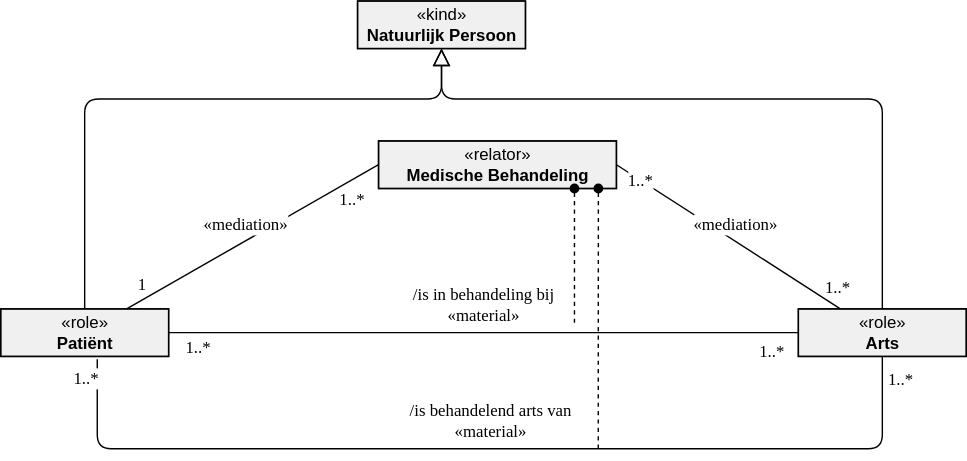
Earlier version of the draw.io export .gitbook/assets/motivation/patientmodel.svg (dizra/docs). Source tidied: cells renumbered, new cells last; positions are measured from the earlier drawing's top-left corner, leaving out a move shared by most shapes. Its diagram source:
```xml
<mxGraphModel>
  <root>
    <mxCell id="0" />
    <mxCell id="1" parent="0" />
    <mxCell id="2" style="fontStyle=0;align=center;verticalAlign=top;horizontal=1;startSize=49;labelBackgroundColor=none;fillColor=#F0F0F0;fontSize=14;" parent="1" vertex="1">
      <mxGeometry x="255" width="120" height="34" as="geometry" />
    </mxCell>
    <mxCell id="3" value="&lt;span&gt;«kind»&lt;br&gt;&lt;b&gt;Natuurlijk Persoon&lt;/b&gt;&lt;/span&gt;" style="html=1;fillColor=none;labelBackgroundColor=none;" parent="2" vertex="1">
      <mxGeometry width="120" height="34" as="geometry" />
    </mxCell>
    <mxCell id="4" style="fontStyle=0;align=center;verticalAlign=top;horizontal=1;startSize=49;labelBackgroundColor=none;fillColor=#F0F0F0;fontSize=14;" parent="1" vertex="1">
      <mxGeometry x="270" y="100" width="170" height="34" as="geometry" />
    </mxCell>
    <mxCell id="5" value="&lt;span&gt;«relator»&lt;br&gt;&lt;b&gt;Medische Behandeling&lt;/b&gt;&lt;/span&gt;" style="html=1;fillColor=none;labelBackgroundColor=none;" parent="4" vertex="1">
      <mxGeometry width="170" height="34" as="geometry" />
    </mxCell>
    <mxCell id="6" style="endArrow=oval;dashed=1;html=1;endFill=1;" parent="4" edge="1">
      <mxGeometry relative="1" as="geometry">
        <mxPoint x="140" y="130" as="sourcePoint" />
        <mxPoint x="140" y="34" as="targetPoint" />
      </mxGeometry>
    </mxCell>
    <mxCell id="7" style="fontStyle=0;align=center;verticalAlign=top;horizontal=1;startSize=49;labelBackgroundColor=none;fillColor=#F0F0F0;fontSize=14;" parent="1" vertex="1">
      <mxGeometry y="220" width="120" height="34" as="geometry" />
    </mxCell>
    <mxCell id="8" value="&lt;span&gt;«role»&lt;br&gt;&lt;b&gt;Patiënt&lt;/b&gt;&lt;/span&gt;" style="html=1;fillColor=none;labelBackgroundColor=none;" parent="7" vertex="1">
      <mxGeometry width="120" height="34" as="geometry" />
    </mxCell>
    <mxCell id="9" style="fontStyle=0;align=center;verticalAlign=top;horizontal=1;startSize=49;labelBackgroundColor=none;fillColor=#F0F0F0;fontSize=14;" parent="1" vertex="1">
      <mxGeometry x="570" y="220" width="120" height="34" as="geometry" />
    </mxCell>
    <mxCell id="10" value="&lt;span&gt;«role»&lt;br&gt;&lt;b&gt;Arts&lt;/b&gt;&lt;/span&gt;" style="html=1;fillColor=none;labelBackgroundColor=none;" parent="9" vertex="1">
      <mxGeometry width="120" height="34" as="geometry" />
    </mxCell>
    <mxCell id="11" style="endArrow=block;endSize=10;endFill=0;html=1;fontFamily=Tahoma;fontSize=12;fontColor=#000000;edgeStyle=orthogonalEdgeStyle;entryX=0.5;entryY=1;entryDx=0;entryDy=0;exitX=0.5;exitY=0;exitDx=0;exitDy=0;" parent="1" edge="1" source="8" target="3">
      <mxGeometry y="10" relative="1" as="geometry">
        <Array as="points">
          <mxPoint x="60" y="70" />
          <mxPoint x="315" y="70" />
        </Array>
      </mxGeometry>
    </mxCell>
    <mxCell id="12" style="endArrow=block;endSize=10;endFill=0;html=1;fontFamily=Tahoma;fontSize=12;fontColor=#000000;edgeStyle=orthogonalEdgeStyle;exitX=0.5;exitY=0;exitDx=0;exitDy=0;" parent="1" edge="1" source="10" target="3">
      <mxGeometry y="10" relative="1" as="geometry">
        <Array as="points">
          <mxPoint x="630" y="70" />
          <mxPoint x="315" y="70" />
        </Array>
      </mxGeometry>
    </mxCell>
    <mxCell id="13" value="&lt;span&gt;«mediation»&lt;/span&gt;&lt;br&gt;" style="endArrow=none;endSize=10;endFill=0;html=1;fontFamily=Tahoma;fontSize=12;fontColor=#000000;entryX=0;entryY=0.5;entryDx=0;entryDy=0;exitX=0.75;exitY=0;exitDx=0;exitDy=0;" parent="1" edge="1" source="8" target="5">
      <mxGeometry y="10" relative="1" as="geometry" />
    </mxCell>
    <mxCell id="14" value="1..*" style="text;html=1;align=center;verticalAlign=middle;labelBackgroundColor=#ffffff;fontSize=12;fontFamily=Tahoma;fontColor=#000000;" parent="13" vertex="1">
      <mxGeometry x="0.78" relative="1" as="geometry">
        <mxPoint x="1" y="13" as="offset" />
      </mxGeometry>
    </mxCell>
    <mxCell id="15" value="1" style="text;html=1;align=center;verticalAlign=middle;labelBackgroundColor=#ffffff;fontSize=12;fontFamily=Tahoma;fontColor=#000000;" parent="13" vertex="1">
      <mxGeometry x="-0.93" relative="1" as="geometry">
        <mxPoint x="3.5" y="-14" as="offset" />
      </mxGeometry>
    </mxCell>
    <mxCell id="16" value="&lt;span&gt;«mediation»&lt;/span&gt;&lt;br&gt;" style="endArrow=none;endSize=10;endFill=0;html=1;fontFamily=Tahoma;fontSize=12;fontColor=#000000;entryX=0.25;entryY=0;entryDx=0;entryDy=0;exitX=1;exitY=0.5;exitDx=0;exitDy=0;" parent="1" edge="1" source="5" target="10">
      <mxGeometry y="10" relative="1" as="geometry" />
    </mxCell>
    <mxCell id="17" value="1..*" style="text;html=1;align=center;verticalAlign=middle;labelBackgroundColor=#ffffff;fontSize=12;fontFamily=Tahoma;fontColor=#000000;" parent="16" vertex="1">
      <mxGeometry x="0.78" relative="1" as="geometry">
        <mxPoint x="15" y="-4" as="offset" />
      </mxGeometry>
    </mxCell>
    <mxCell id="18" value="1..*" style="text;html=1;align=center;verticalAlign=middle;labelBackgroundColor=#ffffff;fontSize=12;fontFamily=Tahoma;fontColor=#000000;" parent="16" vertex="1">
      <mxGeometry x="-0.93" relative="1" as="geometry">
        <mxPoint x="10.5" y="8" as="offset" />
      </mxGeometry>
    </mxCell>
    <mxCell id="19" value="&lt;span&gt;/is in behandeling bij&lt;br&gt;«material»&lt;/span&gt;" style="endArrow=none;endSize=10;endFill=0;html=1;fontFamily=Tahoma;fontSize=12;fontColor=#000000;edgeStyle=orthogonalEdgeStyle;exitX=1;exitY=0.5;exitDx=0;exitDy=0;entryX=0;entryY=0.5;entryDx=0;entryDy=0;" parent="1" edge="1" source="8" target="10">
      <mxGeometry y="20" relative="1" as="geometry" />
    </mxCell>
    <mxCell id="20" value="1..*" style="text;html=1;align=center;verticalAlign=middle;labelBackgroundColor=#ffffff;fontSize=12;fontFamily=Tahoma;fontColor=#000000;" parent="19" vertex="1">
      <mxGeometry x="0.78" relative="1" as="geometry">
        <mxPoint x="31" y="13" as="offset" />
      </mxGeometry>
    </mxCell>
    <mxCell id="21" value="1..*" style="text;html=1;align=center;verticalAlign=middle;labelBackgroundColor=#ffffff;fontSize=12;fontFamily=Tahoma;fontColor=#000000;" parent="19" vertex="1">
      <mxGeometry x="-0.93" relative="1" as="geometry">
        <mxPoint x="3.5" y="10" as="offset" />
      </mxGeometry>
    </mxCell>
    <mxCell id="22" value="&lt;span&gt;/is behandelend arts van&lt;br&gt;«material»&lt;/span&gt;" style="endArrow=none;endSize=10;endFill=0;html=1;fontFamily=Tahoma;fontSize=12;fontColor=#000000;edgeStyle=orthogonalEdgeStyle;exitX=0.575;exitY=1.059;exitDx=0;exitDy=0;exitPerimeter=0;entryX=0.5;entryY=1;entryDx=0;entryDy=0;" parent="1" edge="1" source="8" target="10">
      <mxGeometry y="20" relative="1" as="geometry">
        <Array as="points">
          <mxPoint x="69" y="320" />
          <mxPoint x="630" y="320" />
        </Array>
      </mxGeometry>
    </mxCell>
    <mxCell id="23" value="1..*" style="text;html=1;align=center;verticalAlign=middle;labelBackgroundColor=#ffffff;fontSize=12;fontFamily=Tahoma;fontColor=#000000;" parent="22" vertex="1">
      <mxGeometry x="0.78" relative="1" as="geometry">
        <mxPoint x="25" y="-50" as="offset" />
      </mxGeometry>
    </mxCell>
    <mxCell id="24" value="1..*" style="text;html=1;align=center;verticalAlign=middle;labelBackgroundColor=#ffffff;fontSize=12;fontFamily=Tahoma;fontColor=#000000;" parent="22" vertex="1">
      <mxGeometry x="-0.93" relative="1" as="geometry">
        <mxPoint x="-9" y="-12" as="offset" />
      </mxGeometry>
    </mxCell>
    <mxCell id="25" style="endArrow=oval;dashed=1;html=1;endFill=1;entryX=0.924;entryY=1;entryDx=0;entryDy=0;entryPerimeter=0;" parent="1" edge="1" target="5">
      <mxGeometry relative="1" as="geometry">
        <mxPoint x="427" y="320" as="sourcePoint" />
      </mxGeometry>
    </mxCell>
  </root>
</mxGraphModel>
```
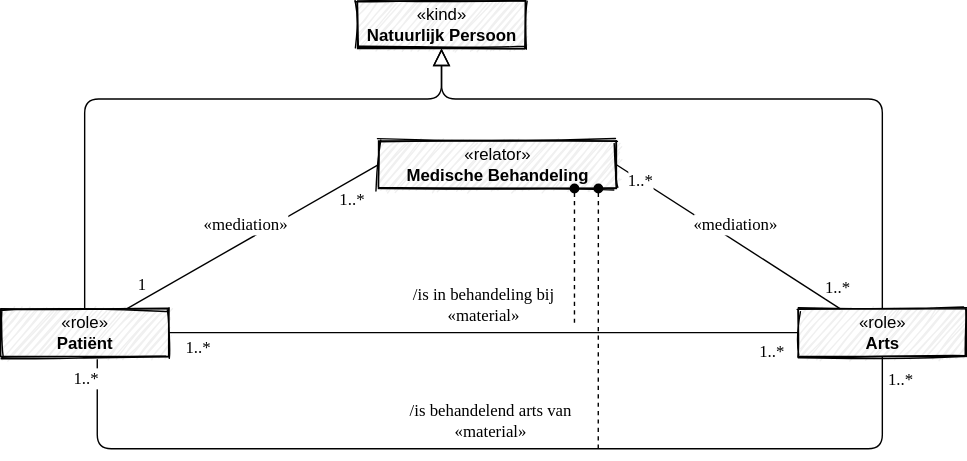
After the change.

The edit, as a diff of the source:
```diff
@@ -2,13 +2,13 @@
   <root>
     <mxCell id="0" />
     <mxCell id="1" parent="0" />
-    <mxCell id="2" style="fontStyle=0;align=center;verticalAlign=top;horizontal=1;startSize=49;labelBackgroundColor=none;fillColor=#F0F0F0;fontSize=14;" parent="1" vertex="1">
+    <mxCell id="2" style="fontStyle=0;align=center;verticalAlign=top;horizontal=1;startSize=49;labelBackgroundColor=none;fillColor=#F0F0F0;fontSize=14;sketch=1;" parent="1" vertex="1">
       <mxGeometry x="255" width="120" height="34" as="geometry" />
     </mxCell>
     <mxCell id="3" value="&lt;span&gt;«kind»&lt;br&gt;&lt;b&gt;Natuurlijk Persoon&lt;/b&gt;&lt;/span&gt;" style="html=1;fillColor=none;labelBackgroundColor=none;" parent="2" vertex="1">
       <mxGeometry width="120" height="34" as="geometry" />
     </mxCell>
-    <mxCell id="4" style="fontStyle=0;align=center;verticalAlign=top;horizontal=1;startSize=49;labelBackgroundColor=none;fillColor=#F0F0F0;fontSize=14;" parent="1" vertex="1">
+    <mxCell id="4" style="fontStyle=0;align=center;verticalAlign=top;horizontal=1;startSize=49;labelBackgroundColor=none;fillColor=#F0F0F0;fontSize=14;sketch=1;" parent="1" vertex="1">
       <mxGeometry x="270" y="100" width="170" height="34" as="geometry" />
     </mxCell>
     <mxCell id="5" value="&lt;span&gt;«relator»&lt;br&gt;&lt;b&gt;Medische Behandeling&lt;/b&gt;&lt;/span&gt;" style="html=1;fillColor=none;labelBackgroundColor=none;" parent="4" vertex="1">
@@ -20,13 +20,13 @@
         <mxPoint x="140" y="34" as="targetPoint" />
       </mxGeometry>
     </mxCell>
-    <mxCell id="7" style="fontStyle=0;align=center;verticalAlign=top;horizontal=1;startSize=49;labelBackgroundColor=none;fillColor=#F0F0F0;fontSize=14;" parent="1" vertex="1">
+    <mxCell id="7" style="fontStyle=0;align=center;verticalAlign=top;horizontal=1;startSize=49;labelBackgroundColor=none;fillColor=#F0F0F0;fontSize=14;sketch=1;" parent="1" vertex="1">
       <mxGeometry y="220" width="120" height="34" as="geometry" />
     </mxCell>
     <mxCell id="8" value="&lt;span&gt;«role»&lt;br&gt;&lt;b&gt;Patiënt&lt;/b&gt;&lt;/span&gt;" style="html=1;fillColor=none;labelBackgroundColor=none;" parent="7" vertex="1">
       <mxGeometry width="120" height="34" as="geometry" />
     </mxCell>
-    <mxCell id="9" style="fontStyle=0;align=center;verticalAlign=top;horizontal=1;startSize=49;labelBackgroundColor=none;fillColor=#F0F0F0;fontSize=14;" parent="1" vertex="1">
+    <mxCell id="9" style="fontStyle=0;align=center;verticalAlign=top;horizontal=1;startSize=49;labelBackgroundColor=none;fillColor=#F0F0F0;fontSize=14;sketch=1;" parent="1" vertex="1">
       <mxGeometry x="570" y="220" width="120" height="34" as="geometry" />
     </mxCell>
     <mxCell id="10" value="&lt;span&gt;«role»&lt;br&gt;&lt;b&gt;Arts&lt;/b&gt;&lt;/span&gt;" style="html=1;fillColor=none;labelBackgroundColor=none;" parent="9" vertex="1">
```
